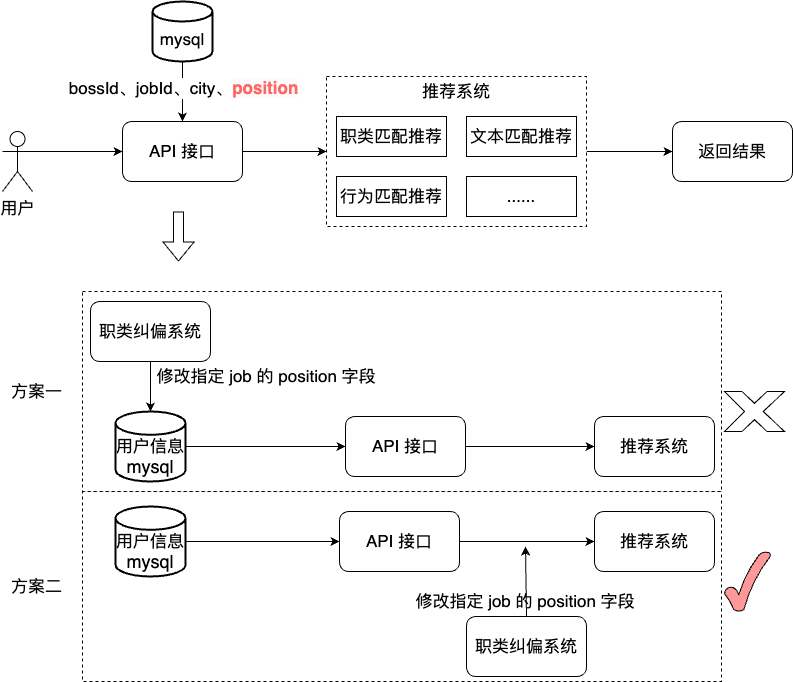
liujunao/draw-data keeps this draw.io diagram as 职类纠偏之不影响现有系统.png. Above is the earlier version. Source tidied: cells renumbered, new cells last; positions are measured from the earlier drawing's top-left corner, leaving out a move shared by most shapes.
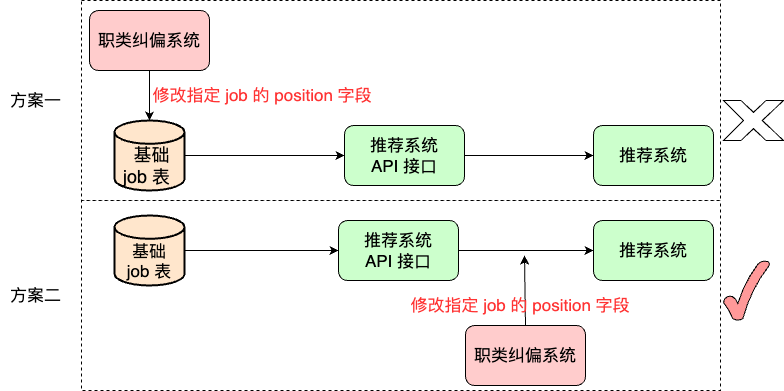
After the commit.

Commit message:
更新职类纠偏之不影响现有系统.png

What changed in the source:
```diff
@@ -8,93 +8,46 @@
     <mxCell id="3" style="rounded=0;whiteSpace=wrap;html=1;dashed=1;" parent="1" vertex="1">
       <mxGeometry x="81" y="290" width="639" height="200" as="geometry" />
     </mxCell>
-    <mxCell id="4" style="edgeStyle=orthogonalEdgeStyle;rounded=0;jettySize=auto;html=1;exitX=1;exitY=0.5;exitDx=0;exitDy=0;entryX=0;entryY=0.5;entryDx=0;entryDy=0;" parent="1" edge="1" source="5" target="15">
-      <mxGeometry relative="1" as="geometry" />
-    </mxCell>
-    <mxCell id="5" style="rounded=0;whiteSpace=wrap;html=1;dashed=1;" parent="1" vertex="1">
-      <mxGeometry x="325" y="75" width="260" height="150" as="geometry" />
-    </mxCell>
-    <mxCell id="6" style="edgeStyle=orthogonalEdgeStyle;rounded=0;jettySize=auto;html=1;exitX=1;exitY=0.3333333333333333;exitDx=0;exitDy=0;exitPerimeter=0;" parent="1" edge="1" source="7" target="13">
-      <mxGeometry relative="1" as="geometry" />
-    </mxCell>
-    <mxCell id="7" value="&lt;font size=&quot;3&quot;&gt;用户&lt;/font&gt;" style="shape=umlActor;verticalLabelPosition=bottom;verticalAlign=top;html=1;outlineConnect=0;" parent="1" vertex="1">
-      <mxGeometry x="1" y="130" width="30" height="60" as="geometry" />
-    </mxCell>
-    <mxCell id="8" value="&lt;font size=&quot;3&quot;&gt;职类匹配推荐&lt;/font&gt;" style="rounded=0;whiteSpace=wrap;html=1;" parent="1" vertex="1">
-      <mxGeometry x="335" y="115" width="110" height="40" as="geometry" />
-    </mxCell>
-    <mxCell id="9" value="&lt;font size=&quot;3&quot;&gt;行为匹配推荐&lt;/font&gt;" style="rounded=0;whiteSpace=wrap;html=1;" parent="1" vertex="1">
-      <mxGeometry x="335" y="175" width="110" height="40" as="geometry" />
-    </mxCell>
-    <mxCell id="10" value="&lt;font size=&quot;3&quot;&gt;文本匹配推荐&lt;/font&gt;" style="rounded=0;whiteSpace=wrap;html=1;" parent="1" vertex="1">
-      <mxGeometry x="465" y="115" width="110" height="40" as="geometry" />
-    </mxCell>
-    <mxCell id="11" value="&lt;font size=&quot;3&quot;&gt;......&lt;/font&gt;" style="rounded=0;whiteSpace=wrap;html=1;" parent="1" vertex="1">
-      <mxGeometry x="465" y="175" width="110" height="40" as="geometry" />
-    </mxCell>
-    <mxCell id="12" style="edgeStyle=orthogonalEdgeStyle;rounded=0;jettySize=auto;html=1;exitX=1;exitY=0.5;exitDx=0;exitDy=0;entryX=0;entryY=0.5;entryDx=0;entryDy=0;" parent="1" edge="1" source="13" target="5">
-      <mxGeometry relative="1" as="geometry" />
-    </mxCell>
-    <mxCell id="13" value="&lt;font size=&quot;3&quot;&gt;API 接口&lt;/font&gt;" style="rounded=1;whiteSpace=wrap;html=1;" parent="1" vertex="1">
-      <mxGeometry x="121" y="120" width="120" height="60" as="geometry" />
-    </mxCell>
-    <mxCell id="14" value="&lt;font size=&quot;3&quot;&gt;推荐系统&lt;/font&gt;" style="text;html=1;strokeColor=none;fillColor=none;align=center;verticalAlign=middle;whiteSpace=wrap;rounded=0;" parent="1" vertex="1">
-      <mxGeometry x="412" y="75" width="86" height="30" as="geometry" />
-    </mxCell>
-    <mxCell id="15" value="&lt;font size=&quot;3&quot;&gt;返回结果&lt;/font&gt;" style="rounded=1;whiteSpace=wrap;html=1;" parent="1" vertex="1">
-      <mxGeometry x="671" y="120" width="120" height="60" as="geometry" />
-    </mxCell>
-    <mxCell id="16" style="edgeStyle=orthogonalEdgeStyle;rounded=0;jettySize=auto;html=1;exitX=0.5;exitY=1;exitDx=0;exitDy=0;exitPerimeter=0;entryX=0.5;entryY=0;entryDx=0;entryDy=0;" parent="1" edge="1" source="18" target="13">
-      <mxGeometry relative="1" as="geometry" />
-    </mxCell>
-    <mxCell id="17" value="&lt;font style=&quot;font-size: 17px;&quot;&gt;bossId、jobId、city、&lt;b style=&quot;border-color: var(--border-color); background-color: rgb(251, 251, 251);&quot;&gt;&lt;font style=&quot;border-color: var(--border-color);&quot; color=&quot;#ff6666&quot;&gt;position&lt;/font&gt;&lt;/b&gt;&lt;/font&gt;" style="edgeLabel;html=1;align=center;verticalAlign=middle;" parent="16" vertex="1">
-      <mxGeometry x="-0.17" relative="1" as="geometry">
-        <mxPoint y="1" as="offset" />
-      </mxGeometry>
-    </mxCell>
-    <mxCell id="18" value="&lt;br&gt;&lt;font size=&quot;3&quot;&gt;mysql&lt;/font&gt;" style="strokeWidth=2;html=1;shape=mxgraph.flowchart.database;whiteSpace=wrap;" parent="1" vertex="1">
-      <mxGeometry x="151" width="60" height="60" as="geometry" />
-    </mxCell>
     <mxCell id="19" style="edgeStyle=orthogonalEdgeStyle;rounded=0;jettySize=auto;html=1;exitX=1;exitY=0.5;exitDx=0;exitDy=0;exitPerimeter=0;" parent="1" edge="1" source="20" target="22">
       <mxGeometry relative="1" as="geometry" />
     </mxCell>
-    <mxCell id="20" value="&lt;font size=&quot;3&quot;&gt;&lt;br&gt;用户信息&lt;/font&gt;&lt;br&gt;&lt;font style=&quot;font-size: 18px;&quot;&gt;mysql&lt;/font&gt;" style="strokeWidth=2;html=1;shape=mxgraph.flowchart.database;whiteSpace=wrap;" parent="1" vertex="1">
+    <mxCell id="20" value="&lt;font size=&quot;3&quot;&gt;&lt;br&gt;&lt;/font&gt;&lt;span style=&quot;font-size: 18px;&quot;&gt;&amp;nbsp;基础 job 表&amp;nbsp;&lt;/span&gt;" style="strokeWidth=2;html=1;shape=mxgraph.flowchart.database;whiteSpace=wrap;fillColor=#FFE6CC;" parent="1" vertex="1">
       <mxGeometry x="114" y="410" width="70" height="70" as="geometry" />
     </mxCell>
     <mxCell id="21" style="edgeStyle=orthogonalEdgeStyle;rounded=0;jettySize=auto;html=1;exitX=1;exitY=0.5;exitDx=0;exitDy=0;" parent="1" edge="1" source="22" target="28">
       <mxGeometry relative="1" as="geometry" />
     </mxCell>
-    <mxCell id="22" value="&lt;font size=&quot;3&quot;&gt;API 接口&lt;/font&gt;" style="rounded=1;whiteSpace=wrap;html=1;" parent="1" vertex="1">
+    <mxCell id="22" value="&lt;font size=&quot;3&quot;&gt;推荐系统&lt;br&gt;API 接口&lt;/font&gt;" style="rounded=1;whiteSpace=wrap;html=1;fillColor=#CCFFCC;" parent="1" vertex="1">
       <mxGeometry x="344" y="415" width="120" height="60" as="geometry" />
     </mxCell>
     <mxCell id="23" style="edgeStyle=orthogonalEdgeStyle;rounded=0;jettySize=auto;html=1;exitX=1;exitY=0.5;exitDx=0;exitDy=0;exitPerimeter=0;" parent="1" edge="1" source="24" target="26">
       <mxGeometry relative="1" as="geometry" />
     </mxCell>
-    <mxCell id="24" value="&lt;font size=&quot;3&quot;&gt;&lt;br&gt;用户信息&lt;/font&gt;&lt;br&gt;&lt;font style=&quot;font-size: 18px;&quot;&gt;mysql&lt;/font&gt;" style="strokeWidth=2;html=1;shape=mxgraph.flowchart.database;whiteSpace=wrap;" parent="1" vertex="1">
+    <mxCell id="24" value="&lt;font style=&quot;font-size: 18px;&quot;&gt;&lt;br&gt;&lt;/font&gt;&lt;font size=&quot;3&quot;&gt;基础&lt;br&gt;job 表&lt;/font&gt;" style="strokeWidth=2;html=1;shape=mxgraph.flowchart.database;whiteSpace=wrap;fillColor=#FFE6CC;" parent="1" vertex="1">
       <mxGeometry x="114" y="505" width="70" height="70" as="geometry" />
     </mxCell>
     <mxCell id="25" style="edgeStyle=orthogonalEdgeStyle;rounded=0;jettySize=auto;html=1;exitX=1;exitY=0.5;exitDx=0;exitDy=0;" parent="1" edge="1" source="26" target="27">
       <mxGeometry relative="1" as="geometry" />
     </mxCell>
-    <mxCell id="26" value="&lt;font size=&quot;3&quot;&gt;API 接口&lt;/font&gt;" style="rounded=1;whiteSpace=wrap;html=1;" parent="1" vertex="1">
+    <mxCell id="26" value="&lt;font size=&quot;3&quot;&gt;推荐系统&lt;br&gt;API 接口&lt;/font&gt;" style="rounded=1;whiteSpace=wrap;html=1;fillColor=#CCFFCC;" parent="1" vertex="1">
       <mxGeometry x="338" y="510" width="120" height="60" as="geometry" />
     </mxCell>
-    <mxCell id="27" value="&lt;font size=&quot;3&quot;&gt;推荐系统&lt;/font&gt;" style="rounded=1;whiteSpace=wrap;html=1;" parent="1" vertex="1">
+    <mxCell id="27" value="&lt;font size=&quot;3&quot;&gt;推荐系统&lt;/font&gt;" style="rounded=1;whiteSpace=wrap;html=1;fillColor=#CCFFCC;" parent="1" vertex="1">
       <mxGeometry x="593" y="510" width="120" height="60" as="geometry" />
     </mxCell>
-    <mxCell id="28" value="&lt;font size=&quot;3&quot;&gt;推荐系统&lt;/font&gt;" style="rounded=1;whiteSpace=wrap;html=1;" parent="1" vertex="1">
+    <mxCell id="28" value="&lt;font size=&quot;3&quot;&gt;推荐系统&lt;/font&gt;" style="rounded=1;whiteSpace=wrap;html=1;fillColor=#CCFFCC;" parent="1" vertex="1">
       <mxGeometry x="593" y="415" width="120" height="60" as="geometry" />
     </mxCell>
     <mxCell id="29" style="edgeStyle=orthogonalEdgeStyle;rounded=0;jettySize=auto;html=1;exitX=0.5;exitY=1;exitDx=0;exitDy=0;" parent="1" edge="1" source="30" target="20">
       <mxGeometry relative="1" as="geometry" />
     </mxCell>
-    <mxCell id="30" value="&lt;font size=&quot;3&quot;&gt;职类纠偏系统&lt;/font&gt;" style="rounded=1;whiteSpace=wrap;html=1;" parent="1" vertex="1">
+    <mxCell id="30" value="&lt;font size=&quot;3&quot;&gt;职类纠偏系统&lt;/font&gt;" style="rounded=1;whiteSpace=wrap;html=1;fillColor=#FFCCCC;" parent="1" vertex="1">
       <mxGeometry x="89" y="300" width="120" height="60" as="geometry" />
     </mxCell>
-    <mxCell id="31" value="&lt;font size=&quot;3&quot;&gt;修改指定 job 的 position 字段&lt;/font&gt;" style="text;html=1;strokeColor=none;fillColor=none;align=center;verticalAlign=middle;whiteSpace=wrap;rounded=0;" parent="1" vertex="1">
-      <mxGeometry x="140" y="360" width="250" height="30" as="geometry" />
+    <mxCell id="31" value="&lt;font color=&quot;#ff3333&quot; size=&quot;3&quot;&gt;修改指定 job 的 position 字段&lt;/font&gt;" style="text;html=1;strokeColor=none;fillColor=none;align=center;verticalAlign=middle;whiteSpace=wrap;rounded=0;" parent="1" vertex="1">
+      <mxGeometry x="137" y="370" width="250" height="30" as="geometry" />
     </mxCell>
-    <mxCell id="32" value="&lt;font size=&quot;3&quot;&gt;职类纠偏系统&lt;/font&gt;" style="rounded=1;whiteSpace=wrap;html=1;" parent="1" vertex="1">
+    <mxCell id="32" value="&lt;font size=&quot;3&quot;&gt;职类纠偏系统&lt;/font&gt;" style="rounded=1;whiteSpace=wrap;html=1;fillColor=#FFCCCC;" parent="1" vertex="1">
       <mxGeometry x="465" y="615" width="120" height="60" as="geometry" />
     </mxCell>
     <mxCell id="33" style="endArrow=classic;html=1;rounded=0;exitX=0.5;exitY=0;exitDx=0;exitDy=0;" parent="1" edge="1" source="32">
@@ -102,8 +55,8 @@
         <mxPoint x="524" y="545" as="targetPoint" />
       </mxGeometry>
     </mxCell>
-    <mxCell id="34" value="&lt;font size=&quot;3&quot;&gt;修改指定 job 的 position 字段&lt;/font&gt;" style="text;html=1;strokeColor=none;fillColor=none;align=center;verticalAlign=middle;whiteSpace=wrap;rounded=0;" parent="1" vertex="1">
-      <mxGeometry x="399" y="585" width="250" height="30" as="geometry" />
+    <mxCell id="34" value="&lt;font color=&quot;#ff3333&quot; size=&quot;3&quot;&gt;修改指定 job 的 position 字段&lt;/font&gt;" style="text;html=1;strokeColor=none;fillColor=none;align=center;verticalAlign=middle;whiteSpace=wrap;rounded=0;" parent="1" vertex="1">
+      <mxGeometry x="395" y="580" width="250" height="30" as="geometry" />
     </mxCell>
     <mxCell id="35" value="&lt;font size=&quot;3&quot;&gt;方案一&lt;/font&gt;" style="text;html=1;align=center;verticalAlign=middle;strokeColor=none;fillColor=none;" parent="1" vertex="1">
       <mxGeometry y="375" width="70" height="30" as="geometry" />
@@ -111,12 +64,6 @@
     <mxCell id="36" value="&lt;font size=&quot;3&quot;&gt;方案二&lt;/font&gt;" style="text;html=1;align=center;verticalAlign=middle;strokeColor=none;fillColor=none;" parent="1" vertex="1">
       <mxGeometry y="570" width="70" height="30" as="geometry" />
     </mxCell>
-    <mxCell id="37" style="shape=flexArrow;endArrow=classic;html=1;rounded=0;" parent="1" edge="1">
-      <mxGeometry relative="1" as="geometry">
-        <mxPoint x="177" y="210" as="sourcePoint" />
-        <mxPoint x="177" y="260" as="targetPoint" />
-      </mxGeometry>
-    </mxCell>
     <mxCell id="38" style="verticalLabelPosition=bottom;verticalAlign=top;html=1;shape=mxgraph.basic.x;" parent="1" vertex="1">
       <mxGeometry x="723" y="390" width="60" height="40" as="geometry" />
     </mxCell>
```
